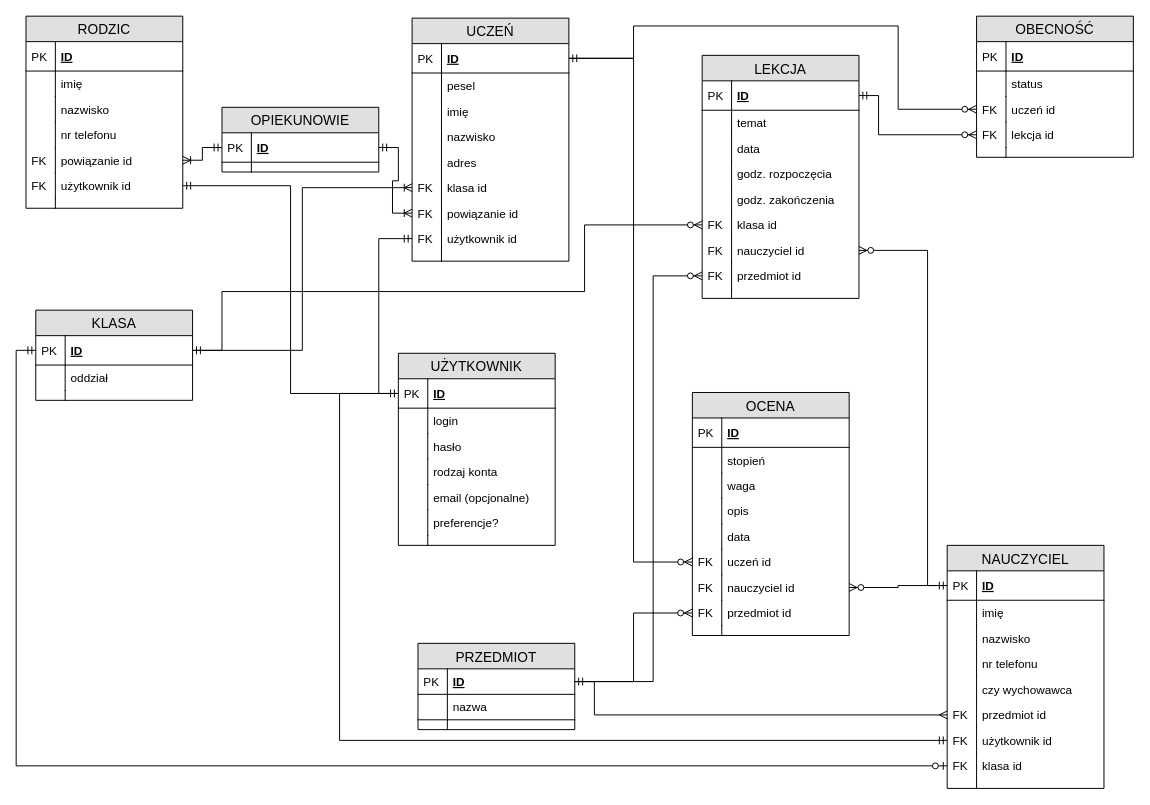
This is page "Moidel Logiczny" (2 of 4) of Modele/modele.drawio from maciekpajak/BAZY_DANYCH_PROJEKT, a draw.io file, before an edit. Source tidied: cells renumbered, new cells numbered last; positions are measured from the earlier drawing's top-left corner, leaving out a move shared by most shapes. Both pictures are drawn from the tidied source at 98%, with x=0, y=0 at pixel (25, 16).
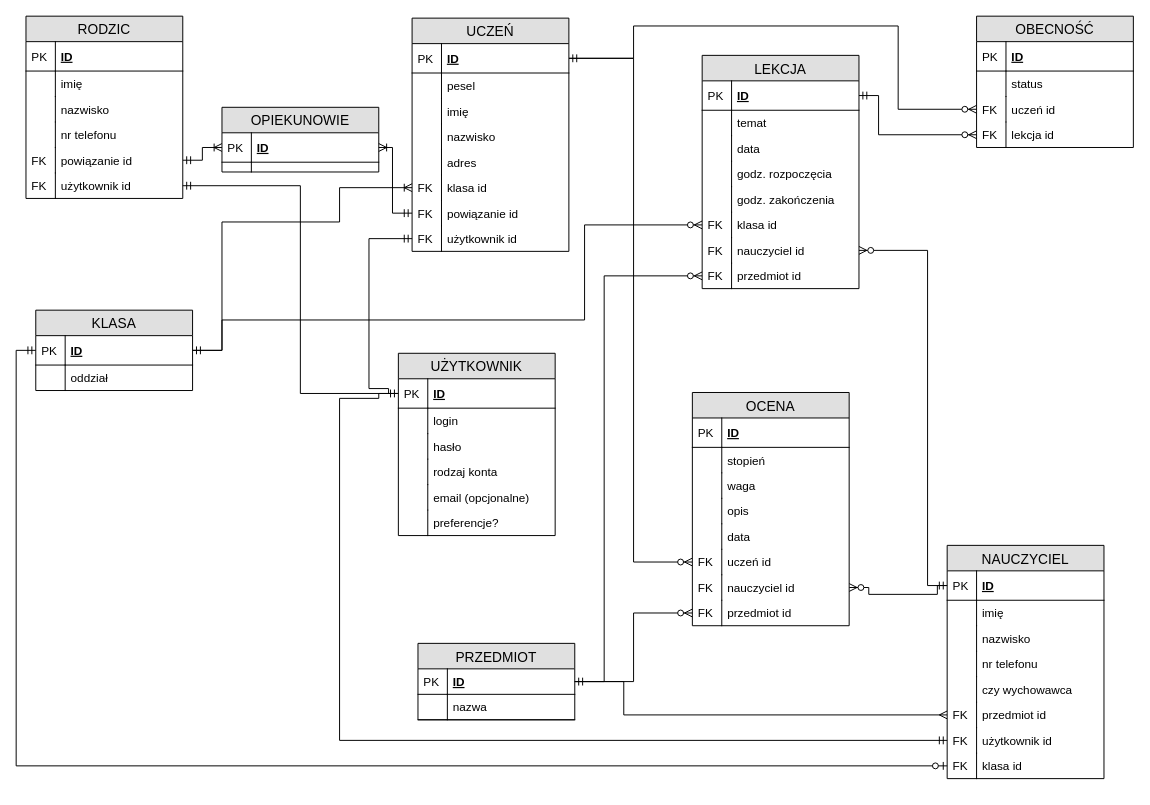
Above is the later version.

Unchanged cells that the change refers to:
```xml
<mxCell id="13" value="klasa id" style="shape=partialRectangle;top=0;left=0;right=0;bottom=0;align=left;verticalAlign=top;fillColor=none;spacingLeft=34;spacingRight=4;overflow=hidden;points=[[0,0.5],[1,0.5]];portConstraint=eastwest;fontSize=12;" parent="2" vertex="1">
  <mxGeometry y="160" width="160" height="26" as="geometry" />
</mxCell>
<mxCell id="17" value="przedmiot id" style="shape=partialRectangle;top=0;left=0;right=0;bottom=0;align=left;verticalAlign=top;fillColor=none;spacingLeft=34;spacingRight=4;overflow=hidden;points=[[0,0.5],[1,0.5]];portConstraint=eastwest;fontSize=12;" parent="2" vertex="1">
  <mxGeometry y="212" width="160" height="26" as="geometry" />
</mxCell>
<mxCell id="39" value="ID" style="shape=partialRectangle;top=0;left=0;right=0;bottom=1;align=left;verticalAlign=middle;fillColor=none;spacingLeft=34;spacingRight=4;overflow=hidden;points=[[0,0.5],[1,0.5]];portConstraint=eastwest;fontStyle=5;fontSize=12;" parent="38" vertex="1">
  <mxGeometry y="26" width="160" height="30" as="geometry" />
</mxCell>
<mxCell id="49" value="przedmiot id" style="shape=partialRectangle;top=0;left=0;right=0;bottom=0;align=left;verticalAlign=top;fillColor=none;spacingLeft=34;spacingRight=4;overflow=hidden;points=[[0,0.5],[1,0.5]];portConstraint=eastwest;fontSize=12;rounded=0;" parent="38" vertex="1">
  <mxGeometry y="160" width="160" height="26" as="geometry" />
</mxCell>
<mxCell id="51" value="użytkownik id" style="shape=partialRectangle;top=0;left=0;right=0;bottom=0;align=left;verticalAlign=top;fillColor=none;spacingLeft=34;spacingRight=4;overflow=hidden;points=[[0,0.5],[1,0.5]];portConstraint=eastwest;fontSize=12;rounded=0;" parent="38" vertex="1">
  <mxGeometry y="186" width="160" height="26" as="geometry" />
</mxCell>
<mxCell id="71" value="nauczyciel id" style="shape=partialRectangle;top=0;left=0;right=0;bottom=0;align=left;verticalAlign=top;fillColor=none;spacingLeft=34;spacingRight=4;overflow=hidden;points=[[0,0.5],[1,0.5]];portConstraint=eastwest;fontSize=12;" parent="58" vertex="1">
  <mxGeometry y="186" width="160" height="26" as="geometry" />
</mxCell>
<mxCell id="86" value="powiązanie id" style="shape=partialRectangle;top=0;left=0;right=0;bottom=0;align=left;verticalAlign=top;fillColor=none;spacingLeft=34;spacingRight=4;overflow=hidden;points=[[0,0.5],[1,0.5]];portConstraint=eastwest;fontSize=12;" parent="77" vertex="1">
  <mxGeometry y="134" width="160" height="26" as="geometry" />
</mxCell>
<mxCell id="88" value="użytkownik id" style="shape=partialRectangle;top=0;left=0;right=0;bottom=0;align=left;verticalAlign=top;fillColor=none;spacingLeft=34;spacingRight=4;overflow=hidden;points=[[0,0.5],[1,0.5]];portConstraint=eastwest;fontSize=12;" parent="77" vertex="1">
  <mxGeometry y="160" width="160" height="26" as="geometry" />
</mxCell>
<mxCell id="103" value="klasa id" style="shape=partialRectangle;top=0;left=0;right=0;bottom=0;align=left;verticalAlign=top;fillColor=none;spacingLeft=34;spacingRight=4;overflow=hidden;points=[[0,0.5],[1,0.5]];portConstraint=eastwest;fontSize=12;rounded=0;" parent="92" vertex="1">
  <mxGeometry y="160" width="160" height="26" as="geometry" />
</mxCell>
<mxCell id="105" value="powiązanie id" style="shape=partialRectangle;top=0;left=0;right=0;bottom=0;align=left;verticalAlign=top;fillColor=none;spacingLeft=34;spacingRight=4;overflow=hidden;points=[[0,0.5],[1,0.5]];portConstraint=eastwest;fontSize=12;rounded=0;" parent="92" vertex="1">
  <mxGeometry y="186" width="160" height="26" as="geometry" />
</mxCell>
<mxCell id="107" value="użytkownik id" style="shape=partialRectangle;top=0;left=0;right=0;bottom=0;align=left;verticalAlign=top;fillColor=none;spacingLeft=34;spacingRight=4;overflow=hidden;points=[[0,0.5],[1,0.5]];portConstraint=eastwest;fontSize=12;rounded=0;" parent="92" vertex="1">
  <mxGeometry y="212" width="160" height="26" as="geometry" />
</mxCell>
<mxCell id="112" value="ID" style="shape=partialRectangle;top=0;left=0;right=0;bottom=1;align=left;verticalAlign=middle;fillColor=none;spacingLeft=34;spacingRight=4;overflow=hidden;points=[[0,0.5],[1,0.5]];portConstraint=eastwest;fontStyle=5;fontSize=12;" parent="111" vertex="1">
  <mxGeometry y="26" width="160" height="30" as="geometry" />
</mxCell>
<mxCell id="117" value="ID" style="shape=partialRectangle;top=0;left=0;right=0;bottom=1;align=left;verticalAlign=middle;fillColor=none;spacingLeft=34;spacingRight=4;overflow=hidden;points=[[0,0.5],[1,0.5]];portConstraint=eastwest;fontStyle=5;fontSize=12;" parent="116" vertex="1">
  <mxGeometry y="26" width="160" height="30" as="geometry" />
</mxCell>
<mxCell id="127" value="ID" style="shape=partialRectangle;top=0;left=0;right=0;bottom=1;align=left;verticalAlign=middle;fillColor=none;spacingLeft=34;spacingRight=4;overflow=hidden;points=[[0,0.5],[1,0.5]];portConstraint=eastwest;fontStyle=5;fontSize=12;" parent="126" vertex="1">
  <mxGeometry y="26" width="160" height="30" as="geometry" />
</mxCell>
<mxCell id="143" value="ID" style="shape=partialRectangle;top=0;left=0;right=0;bottom=1;align=left;verticalAlign=top;fillColor=none;spacingLeft=34;spacingRight=4;overflow=hidden;points=[[0,0.5],[1,0.5]];portConstraint=eastwest;fontSize=12;fontStyle=5;" parent="142" vertex="1">
  <mxGeometry y="26" width="160" height="26" as="geometry" />
</mxCell>
```

What changed in the source:
```diff
@@
     <mxCell id="2" value="LEKCJA" style="swimlane;fontStyle=0;horizontal=1;startSize=26;fillColor=#e0e0e0;swimlaneFillColor=#ffffff;align=center;fontSize=14;rounded=0;" parent="1" vertex="1">
-      <mxGeometry x="690" y="40" width="160" height="248" as="geometry" />
+      <mxGeometry x="690" y="40" width="160" height="238" as="geometry" />
     </mxCell>
@@
-    <mxCell id="19" style="shape=partialRectangle;top=0;left=0;right=0;bottom=0;align=left;verticalAlign=top;fillColor=none;spacingLeft=34;spacingRight=4;overflow=hidden;fontSize=12;" parent="2" vertex="1">
-      <mxGeometry y="238" width="160" height="10" as="geometry" />
-    </mxCell>
-    <mxCell id="20" style="shape=partialRectangle;top=0;left=0;bottom=0;fillColor=none;align=left;verticalAlign=top;spacingLeft=4;spacingRight=4;overflow=hidden;fontSize=12;" parent="19" vertex="1">
-      <mxGeometry width="30" height="10" as="geometry" />
-    </mxCell>
     <mxCell id="21" value="OBECNOŚĆ" style="swimlane;fontStyle=0;horizontal=1;startSize=26;fillColor=#e0e0e0;swimlaneFillColor=#ffffff;align=center;fontSize=14;rounded=0;" parent="1" vertex="1">
-      <mxGeometry x="970" width="160" height="144" as="geometry" />
+      <mxGeometry x="970" width="160" height="134" as="geometry" />
     </mxCell>
@@
-    <mxCell id="30" style="shape=partialRectangle;top=0;left=0;right=0;bottom=0;align=left;verticalAlign=top;fillColor=none;spacingLeft=34;spacingRight=4;overflow=hidden;fontSize=12;" parent="21" vertex="1">
-      <mxGeometry y="134" width="160" height="10" as="geometry" />
-    </mxCell>
-    <mxCell id="31" style="shape=partialRectangle;top=0;left=0;bottom=0;fillColor=none;align=left;verticalAlign=top;spacingLeft=4;spacingRight=4;overflow=hidden;fontSize=12;" parent="30" vertex="1">
-      <mxGeometry width="30" height="10" as="geometry" />
-    </mxCell>
@@
     <mxCell id="33" style="edgeStyle=orthogonalEdgeStyle;jettySize=auto;html=1;exitX=0;exitY=0.5;exitDx=0;exitDy=0;entryX=1;entryY=0.5;entryDx=0;entryDy=0;startArrow=ERzeroToMany;startFill=1;endArrow=none;endFill=0;rounded=0;" parent="1" edge="1" source="13" target="117">
       <mxGeometry relative="1" as="geometry">
         <Array as="points">
           <mxPoint x="570" y="213" />
-          <mxPoint x="570" y="281" />
-          <mxPoint x="200" y="281" />
+          <mxPoint x="570" y="310" />
+          <mxPoint x="200" y="310" />
           <mxPoint x="200" y="341" />
         </Array>
       </mxGeometry>
     </mxCell>
@@
-    <mxCell id="36" style="edgeStyle=orthogonalEdgeStyle;rounded=0;jettySize=auto;html=1;exitX=1;exitY=0.5;exitDx=0;exitDy=0;entryX=0;entryY=0.5;entryDx=0;entryDy=0;endArrow=ERmandOne;endFill=0;startArrow=ERoneToMany;startFill=0;" parent="1" edge="1" source="86" target="112">
+    <mxCell id="36" style="edgeStyle=orthogonalEdgeStyle;rounded=0;jettySize=auto;html=1;exitX=1;exitY=0.5;exitDx=0;exitDy=0;entryX=0;entryY=0.5;entryDx=0;entryDy=0;endArrow=ERoneToMany;endFill=0;startArrow=ERmandOne;startFill=0;" parent="1" edge="1" source="86" target="112">
       <mxGeometry relative="1" as="geometry" />
     </mxCell>
@@
     <mxCell id="38" value="NAUCZYCIEL" style="swimlane;fontStyle=0;horizontal=1;startSize=26;fillColor=#e0e0e0;swimlaneFillColor=#ffffff;align=center;fontSize=14;rounded=0;" parent="1" vertex="1">
-      <mxGeometry x="940" y="540" width="160" height="248" as="geometry" />
+      <mxGeometry x="940" y="540" width="160" height="238" as="geometry" />
     </mxCell>
@@
-    <mxCell id="55" style="shape=partialRectangle;top=0;left=0;right=0;bottom=0;align=left;verticalAlign=top;fillColor=none;spacingLeft=34;spacingRight=4;overflow=hidden;fontSize=12;" parent="38" vertex="1">
-      <mxGeometry y="238" width="160" height="10" as="geometry" />
-    </mxCell>
-    <mxCell id="56" style="shape=partialRectangle;top=0;left=0;bottom=0;fillColor=none;align=left;verticalAlign=top;spacingLeft=4;spacingRight=4;overflow=hidden;fontSize=12;" parent="55" vertex="1">
-      <mxGeometry width="30" height="10" as="geometry" />
-    </mxCell>
     <mxCell id="57" style="edgeStyle=orthogonalEdgeStyle;rounded=0;jettySize=auto;html=1;exitX=0;exitY=0.5;exitDx=0;exitDy=0;entryX=1;entryY=0.5;entryDx=0;entryDy=0;endArrow=ERzeroToMany;endFill=1;strokeWidth=1;startArrow=ERmandOne;startFill=0;" parent="1" edge="1" source="39" target="71">
-      <mxGeometry relative="1" as="geometry" />
+      <mxGeometry relative="1" as="geometry">
+        <Array as="points">
+          <mxPoint x="930" y="581" />
+          <mxPoint x="930" y="590" />
+          <mxPoint x="860" y="590" />
+          <mxPoint x="860" y="583" />
+        </Array>
+      </mxGeometry>
     </mxCell>
     <mxCell id="58" value="OCENA" style="swimlane;fontStyle=0;horizontal=1;startSize=26;fillColor=#e0e0e0;swimlaneFillColor=#ffffff;align=center;fontSize=14;rounded=0;" parent="1" vertex="1">
-      <mxGeometry x="680" y="384" width="160" height="248" as="geometry" />
+      <mxGeometry x="680" y="384" width="160" height="238" as="geometry" />
     </mxCell>
@@
-    <mxCell id="75" style="shape=partialRectangle;top=0;left=0;right=0;bottom=0;align=left;verticalAlign=top;fillColor=none;spacingLeft=34;spacingRight=4;overflow=hidden;fontSize=12;" parent="58" vertex="1">
-      <mxGeometry y="238" width="160" height="10" as="geometry" />
-    </mxCell>
-    <mxCell id="76" style="shape=partialRectangle;top=0;left=0;bottom=0;fillColor=none;align=left;verticalAlign=top;spacingLeft=4;spacingRight=4;overflow=hidden;fontSize=12;" parent="75" vertex="1">
-      <mxGeometry width="30" height="10" as="geometry" />
-    </mxCell>
     <mxCell id="77" value="RODZIC" style="swimlane;fontStyle=0;horizontal=1;startSize=26;fillColor=#e0e0e0;swimlaneFillColor=#ffffff;align=center;fontSize=14;" parent="1" vertex="1">
-      <mxGeometry width="160" height="196" as="geometry" />
+      <mxGeometry width="160" height="186" as="geometry" />
     </mxCell>
@@
-    <mxCell id="90" style="shape=partialRectangle;top=0;left=0;right=0;bottom=0;align=left;verticalAlign=top;fillColor=none;spacingLeft=34;spacingRight=4;overflow=hidden;fontSize=12;" parent="77" vertex="1">
-      <mxGeometry y="186" width="160" height="10" as="geometry" />
-    </mxCell>
-    <mxCell id="91" style="shape=partialRectangle;top=0;left=0;bottom=0;fillColor=none;align=left;verticalAlign=top;spacingLeft=4;spacingRight=4;overflow=hidden;fontSize=12;" parent="90" vertex="1">
-      <mxGeometry width="30" height="10" as="geometry" />
-    </mxCell>
     <mxCell id="92" value="UCZEŃ" style="swimlane;fontStyle=0;horizontal=1;startSize=26;fillColor=#e0e0e0;swimlaneFillColor=#ffffff;align=center;fontSize=14;rounded=0;" parent="1" vertex="1">
-      <mxGeometry x="394" y="2" width="160" height="248" as="geometry" />
+      <mxGeometry x="394" y="2" width="160" height="238" as="geometry" />
     </mxCell>
@@
-    <mxCell id="109" style="shape=partialRectangle;top=0;left=0;right=0;bottom=0;align=left;verticalAlign=top;fillColor=none;spacingLeft=34;spacingRight=4;overflow=hidden;fontSize=12;" parent="92" vertex="1">
-      <mxGeometry y="238" width="160" height="10" as="geometry" />
-    </mxCell>
-    <mxCell id="110" style="shape=partialRectangle;top=0;left=0;bottom=0;fillColor=none;align=left;verticalAlign=top;spacingLeft=4;spacingRight=4;overflow=hidden;fontSize=12;" parent="109" vertex="1">
-      <mxGeometry width="30" height="10" as="geometry" />
-    </mxCell>
@@
     <mxCell id="116" value="KLASA" style="swimlane;fontStyle=0;horizontal=1;startSize=26;fillColor=#e0e0e0;swimlaneFillColor=#ffffff;align=center;fontSize=14;rounded=0;" parent="1" vertex="1">
-      <mxGeometry x="10" y="300" width="160" height="92" as="geometry" />
+      <mxGeometry x="10" y="300" width="160" height="82" as="geometry" />
     </mxCell>
@@
-    <mxCell id="121" style="shape=partialRectangle;top=0;left=0;right=0;bottom=0;align=left;verticalAlign=top;fillColor=none;spacingLeft=34;spacingRight=4;overflow=hidden;fontSize=12;" parent="116" vertex="1">
-      <mxGeometry y="82" width="160" height="10" as="geometry" />
-    </mxCell>
-    <mxCell id="122" style="shape=partialRectangle;top=0;left=0;bottom=0;fillColor=none;align=left;verticalAlign=top;spacingLeft=4;spacingRight=4;overflow=hidden;fontSize=12;" parent="121" vertex="1">
-      <mxGeometry width="30" height="10" as="geometry" />
-    </mxCell>
     <mxCell id="123" style="edgeStyle=orthogonalEdgeStyle;rounded=0;jettySize=auto;html=1;exitX=1;exitY=0.5;exitDx=0;exitDy=0;entryX=0;entryY=0.5;entryDx=0;entryDy=0;endArrow=none;endFill=0;strokeWidth=1;startArrow=ERmandOne;startFill=0;" parent="1" edge="1" source="88" target="127">
-      <mxGeometry relative="1" as="geometry" />
+      <mxGeometry relative="1" as="geometry">
+        <Array as="points">
+          <mxPoint x="280" y="173" />
+          <mxPoint x="280" y="385" />
+        </Array>
+      </mxGeometry>
     </mxCell>
     <mxCell id="124" style="edgeStyle=orthogonalEdgeStyle;rounded=0;jettySize=auto;html=1;exitX=0;exitY=0.5;exitDx=0;exitDy=0;endArrow=none;endFill=0;strokeWidth=1;entryX=0;entryY=0.5;entryDx=0;entryDy=0;startArrow=ERmandOne;startFill=0;" parent="1" edge="1" source="107" target="127">
-      <mxGeometry relative="1" as="geometry" />
+      <mxGeometry relative="1" as="geometry">
+        <Array as="points">
+          <mxPoint x="350" y="227" />
+          <mxPoint x="350" y="380" />
+          <mxPoint x="370" y="380" />
+          <mxPoint x="370" y="385" />
+        </Array>
+      </mxGeometry>
     </mxCell>
     <mxCell id="125" style="edgeStyle=orthogonalEdgeStyle;rounded=0;jettySize=auto;html=1;exitX=0;exitY=0.5;exitDx=0;exitDy=0;entryX=0;entryY=0.5;entryDx=0;entryDy=0;endArrow=ERmandOne;endFill=0;strokeWidth=1;startArrow=ERmandOne;startFill=0;" parent="1" edge="1" source="51" target="127">
       <mxGeometry relative="1" as="geometry">
         <Array as="points">
           <mxPoint x="320" y="739" />
-          <mxPoint x="320" y="385" />
+          <mxPoint x="320" y="390" />
+          <mxPoint x="360" y="390" />
+          <mxPoint x="360" y="385" />
         </Array>
       </mxGeometry>
     </mxCell>
     <mxCell id="126" value="UŻYTKOWNIK" style="swimlane;fontStyle=0;horizontal=1;startSize=26;fillColor=#e0e0e0;swimlaneFillColor=#ffffff;align=center;fontSize=14;" parent="1" vertex="1">
-      <mxGeometry x="380" y="344" width="160" height="196" as="geometry" />
+      <mxGeometry x="380" y="344" width="160" height="186" as="geometry" />
     </mxCell>
@@
-    <mxCell id="139" style="shape=partialRectangle;top=0;left=0;right=0;bottom=0;align=left;verticalAlign=top;fillColor=none;spacingLeft=34;spacingRight=4;overflow=hidden;fontSize=12;" parent="126" vertex="1">
-      <mxGeometry y="186" width="160" height="10" as="geometry" />
-    </mxCell>
-    <mxCell id="140" style="shape=partialRectangle;top=0;left=0;bottom=0;fillColor=none;align=left;verticalAlign=top;spacingLeft=4;spacingRight=4;overflow=hidden;fontSize=12;" parent="139" vertex="1">
-      <mxGeometry width="30" height="10" as="geometry" />
-    </mxCell>
@@
     <mxCell id="142" value="PRZEDMIOT" style="swimlane;fontStyle=0;horizontal=1;startSize=26;fillColor=#e0e0e0;swimlaneFillColor=#ffffff;align=center;fontSize=14;rounded=0;" parent="1" vertex="1">
-      <mxGeometry x="400" y="640" width="160" height="88" as="geometry" />
+      <mxGeometry x="400" y="640" width="160" height="78" as="geometry" />
     </mxCell>
@@
-    <mxCell id="147" style="shape=partialRectangle;top=0;left=0;right=0;bottom=0;align=left;verticalAlign=top;fillColor=none;spacingLeft=34;spacingRight=4;overflow=hidden;fontSize=12;" parent="142" vertex="1">
-      <mxGeometry y="78" width="160" height="10" as="geometry" />
-    </mxCell>
-    <mxCell id="148" style="shape=partialRectangle;top=0;left=0;bottom=0;fillColor=none;align=left;verticalAlign=top;spacingLeft=4;spacingRight=4;overflow=hidden;fontSize=12;" parent="147" vertex="1">
-      <mxGeometry width="30" height="10" as="geometry" />
-    </mxCell>
     <mxCell id="149" style="edgeStyle=orthogonalEdgeStyle;rounded=0;jettySize=auto;html=1;exitX=0;exitY=0.5;exitDx=0;exitDy=0;entryX=1;entryY=0.5;entryDx=0;entryDy=0;endArrow=ERmandOne;endFill=0;strokeWidth=1;startArrow=ERzeroToMany;startFill=1;" parent="1" edge="1" source="17" target="143">
       <mxGeometry relative="1" as="geometry">
         <Array as="points">
-          <mxPoint x="640" y="265" />
-          <mxPoint x="640" y="679" />
+          <mxPoint x="590" y="265" />
+          <mxPoint x="590" y="679" />
         </Array>
       </mxGeometry>
     </mxCell>
@@
     <mxCell id="151" style="edgeStyle=orthogonalEdgeStyle;rounded=0;jettySize=auto;html=1;exitX=0;exitY=0.5;exitDx=0;exitDy=0;entryX=1;entryY=0.5;entryDx=0;entryDy=0;endArrow=none;endFill=0;strokeWidth=1;startArrow=ERmany;startFill=0;" parent="1" edge="1" source="49" target="143">
       <mxGeometry relative="1" as="geometry">
         <Array as="points">
-          <mxPoint x="580" y="713" />
-          <mxPoint x="580" y="679" />
+          <mxPoint x="610" y="713" />
+          <mxPoint x="610" y="679" />
         </Array>
       </mxGeometry>
     </mxCell>
-    <mxCell id="152" style="edgeStyle=orthogonalEdgeStyle;rounded=0;jettySize=auto;html=1;exitX=0;exitY=0.5;exitDx=0;exitDy=0;entryX=1;entryY=0.5;entryDx=0;entryDy=0;startArrow=ERoneToMany;startFill=0;endArrow=ERmandOne;endFill=0;fontSize=12;" parent="1" edge="1" source="105" target="112">
-      <mxGeometry relative="1" as="geometry" />
+    <mxCell id="152" style="edgeStyle=orthogonalEdgeStyle;rounded=0;jettySize=auto;html=1;exitX=0;exitY=0.5;exitDx=0;exitDy=0;entryX=1;entryY=0.5;entryDx=0;entryDy=0;startArrow=ERmandOne;startFill=0;endArrow=ERoneToMany;endFill=0;fontSize=12;" parent="1" edge="1" source="105" target="112">
+      <mxGeometry relative="1" as="geometry">
+        <Array as="points">
+          <mxPoint x="374" y="201" />
+          <mxPoint x="374" y="134" />
+        </Array>
+      </mxGeometry>
     </mxCell>
     <mxCell id="153" style="edgeStyle=orthogonalEdgeStyle;rounded=0;jettySize=auto;html=1;exitX=0;exitY=0.5;exitDx=0;exitDy=0;entryX=1;entryY=0.5;entryDx=0;entryDy=0;startArrow=ERoneToMany;startFill=0;endArrow=ERmandOne;endFill=0;fontSize=12;" parent="1" edge="1" source="103" target="117">
-      <mxGeometry relative="1" as="geometry" />
+      <mxGeometry relative="1" as="geometry">
+        <Array as="points">
+          <mxPoint x="320" y="175" />
+          <mxPoint x="320" y="210" />
+          <mxPoint x="200" y="210" />
+          <mxPoint x="200" y="341" />
+        </Array>
+      </mxGeometry>
     </mxCell>
```
